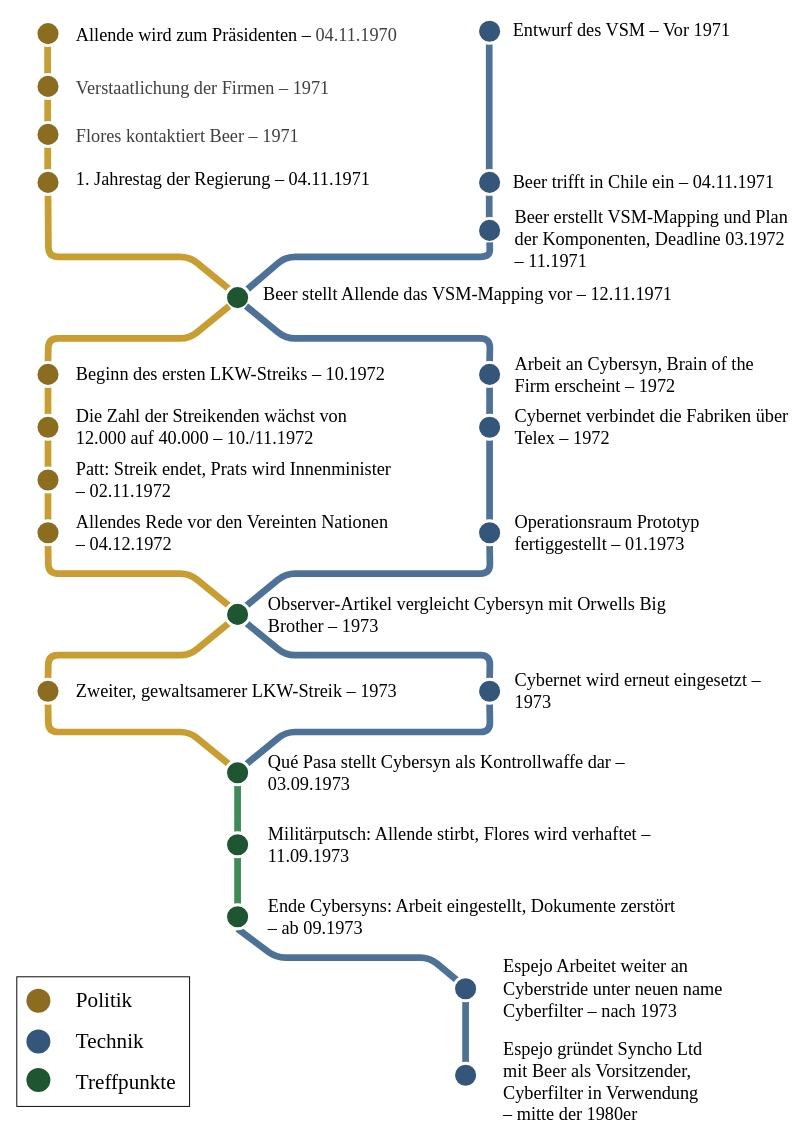
LevinTheDoctor/fom-typst-template keeps this draw.io diagram as abbildungen/zeitstarhl.drawio. Above is the earlier version. Source tidied: cells renumbered, new cells numbered last; positions are measured from the earlier drawing's top-left corner, leaving out a move shared by most shapes. Both pictures are drawn from the tidied source at 96%, with x=0, y=0 at pixel (16, 16).
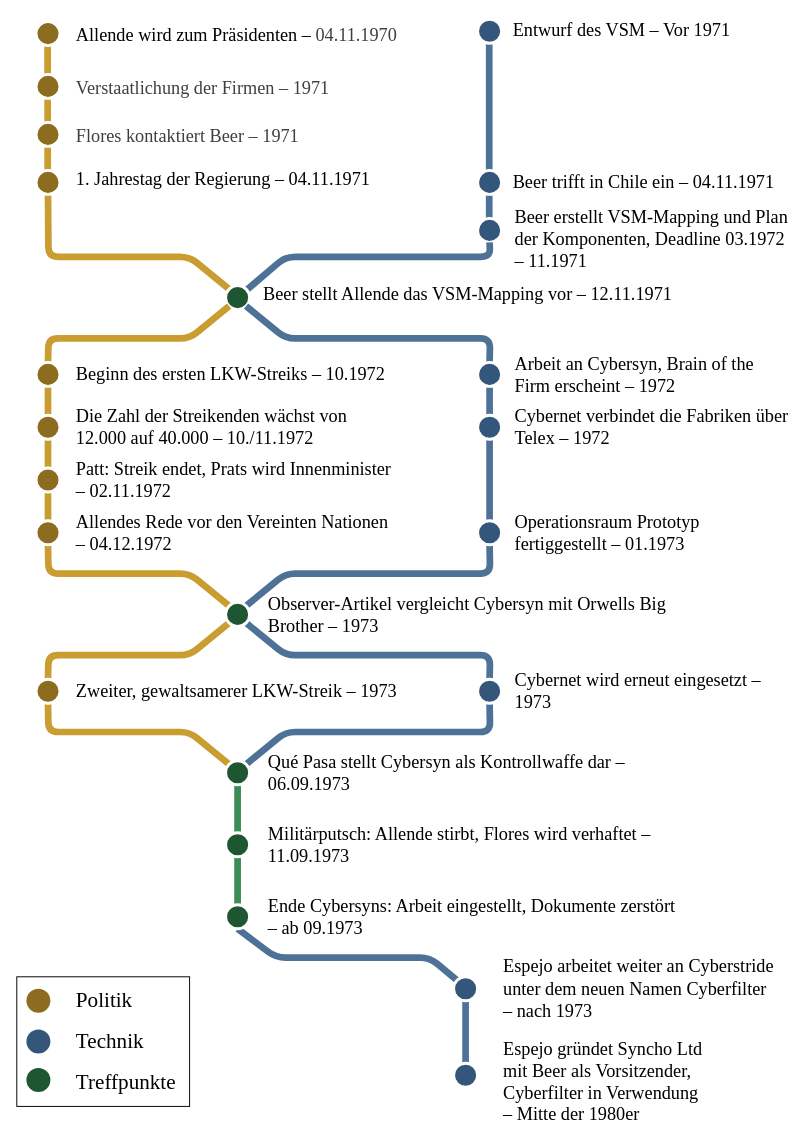
After the change.

Diff of the diagram source:
```diff
@@
-    <mxCell id="63" value="&lt;div style=&quot;&quot;&gt;&lt;font face=&quot;Times New Roman&quot;&gt;&lt;span style=&quot;font-size: 19px;&quot;&gt;Qué Pasa stellt Cybersyn als Kontrollwaffe dar – 03.09.1973&lt;/span&gt;&lt;/font&gt;&lt;/div&gt;" style="text;html=1;align=left;verticalAlign=middle;whiteSpace=wrap;rounded=0;" parent="1" vertex="1">
+    <mxCell id="63" value="&lt;div style=&quot;&quot;&gt;&lt;font face=&quot;Times New Roman&quot;&gt;&lt;span style=&quot;font-size: 19px;&quot;&gt;Qué Pasa stellt Cybersyn als Kontrollwaffe dar – 06.09.1973&lt;/span&gt;&lt;/font&gt;&lt;/div&gt;" style="text;html=1;align=left;verticalAlign=middle;whiteSpace=wrap;rounded=0;" parent="1" vertex="1">
       <mxGeometry x="260" y="767.5" width="430" height="40" as="geometry" />
     </mxCell>
@@
-    <mxCell id="69" value="&lt;div style=&quot;&quot;&gt;&lt;font face=&quot;Times New Roman&quot;&gt;&lt;span style=&quot;font-size: 19px;&quot;&gt;Espejo Arbeitet weiter an Cyberstride unter neuen name Cyberfilter – nach 1973&lt;/span&gt;&lt;/font&gt;&lt;/div&gt;" style="text;html=1;align=left;verticalAlign=middle;whiteSpace=wrap;rounded=0;" parent="1" vertex="1">
+    <mxCell id="69" value="&lt;div style=&quot;&quot;&gt;&lt;font face=&quot;Times New Roman&quot;&gt;&lt;span style=&quot;font-size: 19px;&quot;&gt;Espejo arbeitet weiter an Cyberstride unter dem neuen Namen Cyberfilter – nach 1973&lt;/span&gt;&lt;/font&gt;&lt;/div&gt;" style="text;html=1;align=left;verticalAlign=middle;whiteSpace=wrap;rounded=0;" parent="1" vertex="1">
       <mxGeometry x="505" y="992.5" width="285" height="40" as="geometry" />
     </mxCell>
@@
-    <mxCell id="71" value="&lt;div style=&quot;&quot;&gt;&lt;font face=&quot;Times New Roman&quot;&gt;&lt;span style=&quot;font-size: 19px;&quot;&gt;Espejo gründet Syncho Ltd mit Beer als Vorsitzender, Cyberfilter in Verwendung&amp;nbsp;&lt;/span&gt;&lt;/font&gt;&lt;/div&gt;&lt;div style=&quot;&quot;&gt;&lt;font face=&quot;Times New Roman&quot;&gt;&lt;span style=&quot;font-size: 19px;&quot;&gt;– mitte der 1980er&amp;nbsp;&amp;nbsp;&lt;/span&gt;&lt;/font&gt;&lt;/div&gt;" style="text;html=1;align=left;verticalAlign=middle;whiteSpace=wrap;rounded=0;" parent="1" vertex="1">
+    <mxCell id="71" value="&lt;div style=&quot;&quot;&gt;&lt;font face=&quot;Times New Roman&quot;&gt;&lt;span style=&quot;font-size: 19px;&quot;&gt;Espejo gründet Syncho Ltd mit Beer als Vorsitzender, Cyberfilter in Verwendung&amp;nbsp;&lt;/span&gt;&lt;/font&gt;&lt;/div&gt;&lt;div style=&quot;&quot;&gt;&lt;font face=&quot;Times New Roman&quot;&gt;&lt;span style=&quot;font-size: 19px;&quot;&gt;– Mitte der 1980er&amp;nbsp;&amp;nbsp;&lt;/span&gt;&lt;/font&gt;&lt;/div&gt;" style="text;html=1;align=left;verticalAlign=middle;whiteSpace=wrap;rounded=0;" parent="1" vertex="1">
       <mxGeometry x="505" y="1090" width="235" height="40" as="geometry" />
     </mxCell>
```
